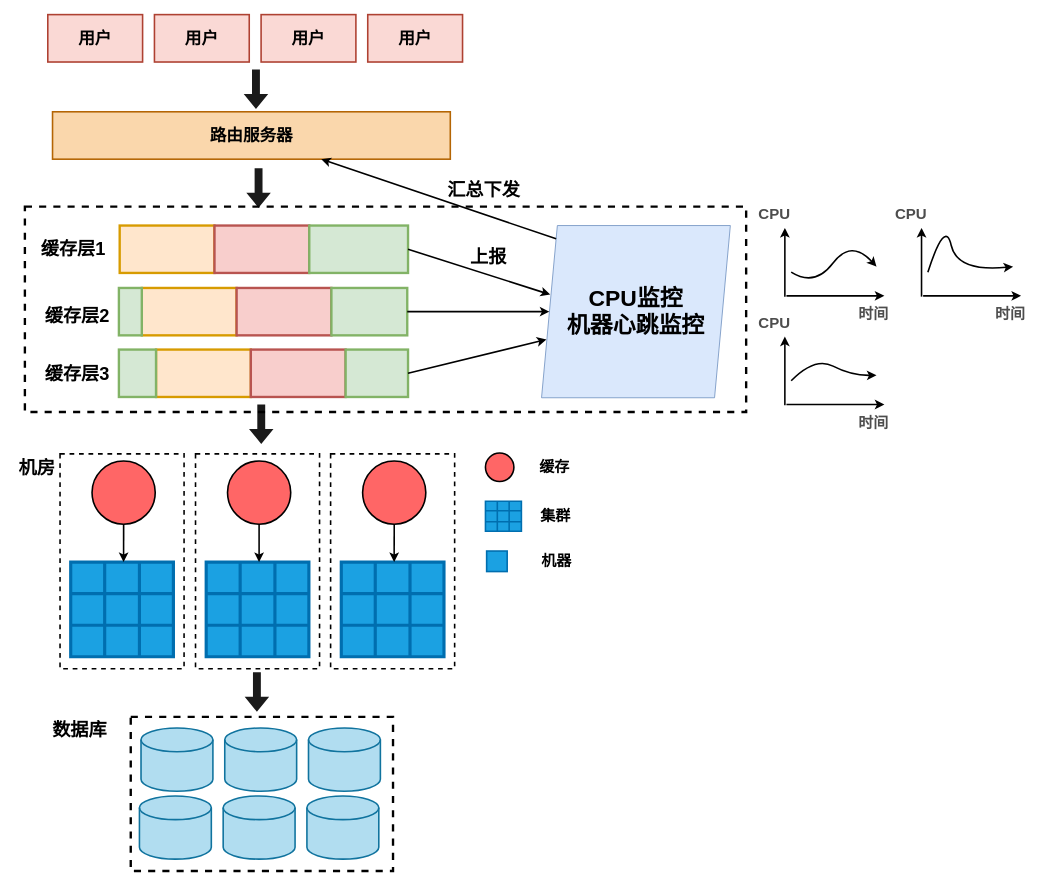
This is page "第 2 页" (2 of 4) of 未命名绘图.drawio from gettogetto/Flappybird, a draw.io file, before an edit. Source tidied: cells renumbered, new cells numbered last; positions are measured from the earlier drawing's top-left corner, leaving out a move shared by most shapes. Both pictures are drawn from the tidied source at 79%, with x=0, y=0 at pixel (13, 14).
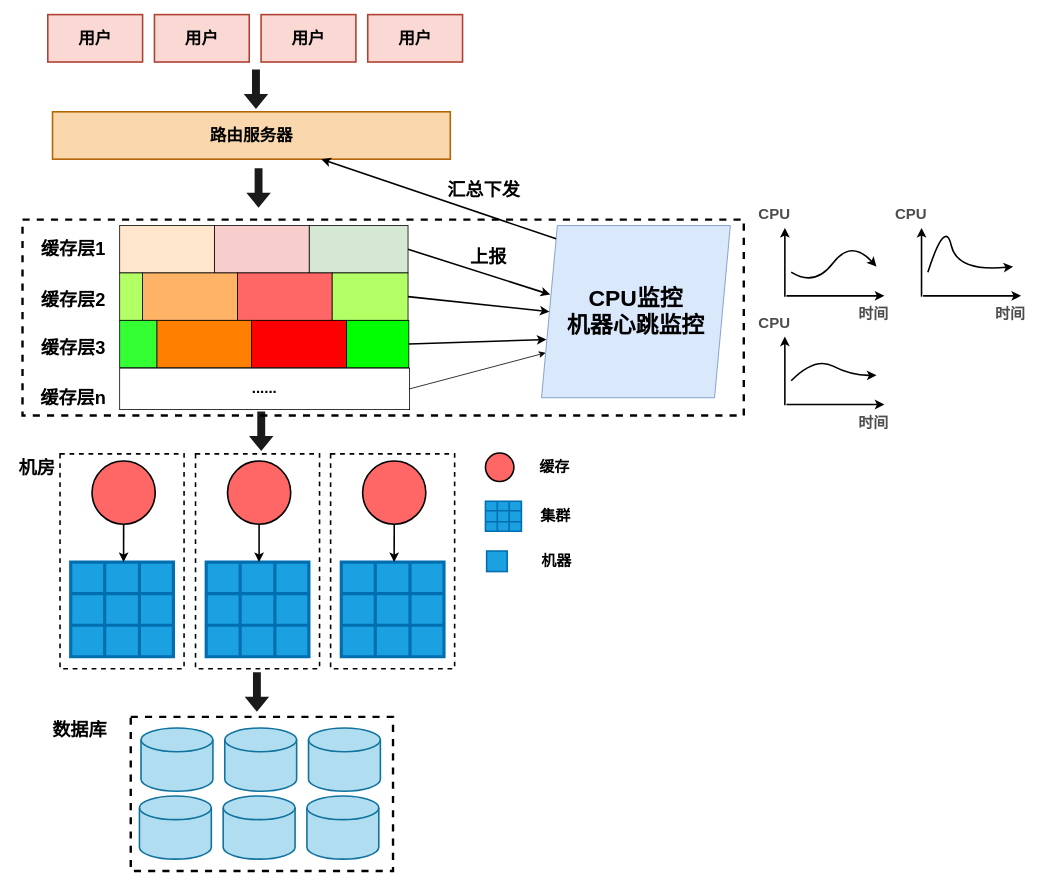
Above is the later version.

The change refers to these unchanged cells:
```xml
<mxCell id="100" value="&lt;font style=&quot;font-size: 29px&quot;&gt;CPU监控&lt;br&gt;机器心跳监控&lt;br&gt;&lt;/font&gt;" style="shape=parallelogram;perimeter=parallelogramPerimeter;whiteSpace=wrap;html=1;fixedSize=1;fontSize=19;strokeWidth=1;fillColor=#dae8fc;strokeColor=#6c8ebf;fontStyle=1;" parent="1" vertex="1">
  <mxGeometry x="668" y="267" width="239" height="218" as="geometry" />
</mxCell>
```

What changed in the source:
```diff
@@
     <mxCell id="83" style="shape=flexArrow;endArrow=classic;html=1;fontSize=19;fillColor=#1A1A1A;strokeColor=none;fontStyle=0;fontColor=#4D4D4D;" parent="1" edge="1">
       <mxGeometry relative="1" as="geometry">
-        <mxPoint x="313.2" y="493" as="sourcePoint" />
-        <mxPoint x="313.2" y="544" as="targetPoint" />
+        <mxPoint x="313.2" y="502" as="sourcePoint" />
+        <mxPoint x="313.2" y="553" as="targetPoint" />
       </mxGeometry>
     </mxCell>
@@
-    <mxCell id="85" style="rounded=0;whiteSpace=wrap;html=1;fillColor=#ffe6cc;strokeWidth=3;strokeColor=#d79b00;fontStyle=1;" parent="1" vertex="1">
+    <mxCell id="85" style="rounded=0;whiteSpace=wrap;html=1;fillColor=#ffe6cc;strokeWidth=1;fontStyle=1;" parent="1" vertex="1">
       <mxGeometry x="134" y="267" width="120" height="60" as="geometry" />
     </mxCell>
-    <mxCell id="86" style="rounded=0;whiteSpace=wrap;html=1;fillColor=#f8cecc;strokeWidth=3;strokeColor=#b85450;fontStyle=1;" parent="1" vertex="1">
+    <mxCell id="86" style="rounded=0;whiteSpace=wrap;html=1;fillColor=#f8cecc;strokeWidth=1;fontStyle=1;" parent="1" vertex="1">
       <mxGeometry x="254" y="267" width="120" height="60" as="geometry" />
     </mxCell>
-    <mxCell id="87" style="rounded=0;whiteSpace=wrap;html=1;fillColor=#d5e8d4;strokeWidth=3;strokeColor=#82b366;fontStyle=1;" parent="1" vertex="1">
+    <mxCell id="87" style="rounded=0;whiteSpace=wrap;html=1;fillColor=#d5e8d4;strokeWidth=1;fontStyle=1;" parent="1" vertex="1">
       <mxGeometry x="374" y="267" width="125" height="60" as="geometry" />
     </mxCell>
-    <mxCell id="88" style="rounded=0;whiteSpace=wrap;html=1;fillColor=#ffe6cc;strokeWidth=3;strokeColor=#d79b00;fontStyle=1;" parent="1" vertex="1">
-      <mxGeometry x="162" y="346" width="120" height="60" as="geometry" />
+    <mxCell id="88" style="rounded=0;whiteSpace=wrap;html=1;strokeWidth=1;fontStyle=1;fillColor=#FFB366;" parent="1" vertex="1">
+      <mxGeometry x="163" y="327" width="120" height="60" as="geometry" />
     </mxCell>
-    <mxCell id="89" style="rounded=0;whiteSpace=wrap;html=1;fillColor=#f8cecc;strokeWidth=3;strokeColor=#b85450;fontStyle=1;" parent="1" vertex="1">
-      <mxGeometry x="282" y="346" width="120" height="60" as="geometry" />
+    <mxCell id="89" style="rounded=0;whiteSpace=wrap;html=1;strokeWidth=1;fontStyle=1;fillColor=#FF6666;" parent="1" vertex="1">
+      <mxGeometry x="283" y="327" width="120" height="60" as="geometry" />
     </mxCell>
-    <mxCell id="90" style="rounded=0;whiteSpace=wrap;html=1;fillColor=#d5e8d4;strokeWidth=3;strokeColor=#82b366;fontStyle=1;" parent="1" vertex="1">
-      <mxGeometry x="402" y="346" width="96" height="60" as="geometry" />
+    <mxCell id="90" style="rounded=0;whiteSpace=wrap;html=1;strokeWidth=1;fontStyle=1;fillColor=#B3FF66;" parent="1" vertex="1">
+      <mxGeometry x="403" y="327" width="96" height="60" as="geometry" />
     </mxCell>
-    <mxCell id="91" style="rounded=0;whiteSpace=wrap;html=1;fillColor=#d5e8d4;strokeWidth=3;strokeColor=#82b366;fontStyle=1;" parent="1" vertex="1">
-      <mxGeometry x="133" y="346" width="29" height="60" as="geometry" />
+    <mxCell id="91" style="rounded=0;whiteSpace=wrap;html=1;strokeWidth=1;fontStyle=1;fillColor=#B3FF66;" parent="1" vertex="1">
+      <mxGeometry x="134" y="327" width="29" height="60" as="geometry" />
     </mxCell>
-    <mxCell id="92" style="rounded=0;whiteSpace=wrap;html=1;fillColor=#ffe6cc;strokeWidth=3;strokeColor=#d79b00;fontSize=19;fontStyle=1;" parent="1" vertex="1">
-      <mxGeometry x="180" y="424" width="120" height="60" as="geometry" />
+    <mxCell id="92" style="rounded=0;whiteSpace=wrap;html=1;strokeWidth=1;fontSize=19;fontStyle=1;fillColor=#FF8000;" parent="1" vertex="1">
+      <mxGeometry x="181" y="387" width="120" height="60" as="geometry" />
     </mxCell>
-    <mxCell id="93" style="rounded=0;whiteSpace=wrap;html=1;fillColor=#f8cecc;strokeWidth=3;strokeColor=#b85450;fontSize=19;fontStyle=1;" parent="1" vertex="1">
-      <mxGeometry x="300" y="424" width="120" height="60" as="geometry" />
+    <mxCell id="93" style="rounded=0;whiteSpace=wrap;html=1;strokeWidth=1;fontSize=19;fontStyle=1;fillColor=#FF0000;" parent="1" vertex="1">
+      <mxGeometry x="301" y="387" width="120" height="60" as="geometry" />
     </mxCell>
-    <mxCell id="94" style="rounded=0;whiteSpace=wrap;html=1;fillColor=#d5e8d4;strokeWidth=3;strokeColor=#82b366;fontSize=19;fontStyle=1;" parent="1" vertex="1">
-      <mxGeometry x="420" y="424" width="79" height="60" as="geometry" />
+    <mxCell id="94" style="rounded=0;whiteSpace=wrap;html=1;strokeWidth=1;fontSize=19;fontStyle=1;fillColor=#00FF00;" parent="1" vertex="1">
+      <mxGeometry x="421" y="387" width="79" height="60" as="geometry" />
     </mxCell>
-    <mxCell id="95" style="rounded=0;whiteSpace=wrap;html=1;fillColor=#d5e8d4;strokeWidth=3;strokeColor=#82b366;fontSize=19;fontStyle=1;" parent="1" vertex="1">
-      <mxGeometry x="133" y="424" width="47" height="60" as="geometry" />
+    <mxCell id="95" style="rounded=0;whiteSpace=wrap;html=1;strokeWidth=1;fontSize=19;fontStyle=1;fillColor=#33FF33;" parent="1" vertex="1">
+      <mxGeometry x="134" y="387" width="47" height="60" as="geometry" />
     </mxCell>
@@
     <mxCell id="98" value="缓存层2" style="text;html=1;strokeColor=none;fillColor=none;align=center;verticalAlign=middle;whiteSpace=wrap;rounded=0;fontSize=23;fontStyle=1;" parent="1" vertex="1">
-      <mxGeometry x="29.5" y="364" width="100.5" height="34" as="geometry" />
+      <mxGeometry x="25" y="344" width="100.5" height="34" as="geometry" />
     </mxCell>
     <mxCell id="99" value="缓存层3" style="text;html=1;strokeColor=none;fillColor=none;align=center;verticalAlign=middle;whiteSpace=wrap;rounded=0;fontSize=23;fontStyle=1;" parent="1" vertex="1">
-      <mxGeometry x="29.5" y="438" width="100.5" height="34" as="geometry" />
+      <mxGeometry x="25" y="405" width="100.5" height="34" as="geometry" />
     </mxCell>
@@
     <mxCell id="122" style="rounded=0;whiteSpace=wrap;html=1;fontSize=19;fontColor=#4D4D4D;strokeWidth=3;dashed=1;fillColor=none;" parent="1" vertex="1">
-      <mxGeometry x="14" y="243" width="913" height="260" as="geometry" />
+      <mxGeometry x="11" y="259.5" width="913" height="248" as="geometry" />
     </mxCell>
+    <mxCell id="123" value="缓存层n" style="text;html=1;strokeColor=none;fillColor=none;align=center;verticalAlign=middle;whiteSpace=wrap;rounded=0;fontSize=23;fontStyle=1;" parent="1" vertex="1">
+      <mxGeometry x="25" y="468" width="100.5" height="34" as="geometry" />
+    </mxCell>
+    <mxCell id="124" value="&lt;font style=&quot;font-size: 19px&quot;&gt;......&lt;/font&gt;" style="rounded=0;whiteSpace=wrap;html=1;strokeWidth=1;fontStyle=1;" parent="1" vertex="1">
+      <mxGeometry x="134" y="447.5" width="367" height="52.5" as="geometry" />
+    </mxCell>
+    <mxCell id="125" style="endArrow=classic;html=1;entryX=0;entryY=0.75;entryDx=0;entryDy=0;exitX=1;exitY=0.5;exitDx=0;exitDy=0;" parent="1" edge="1" source="124" target="100">
+      <mxGeometry relative="1" as="geometry" />
+    </mxCell>
```
